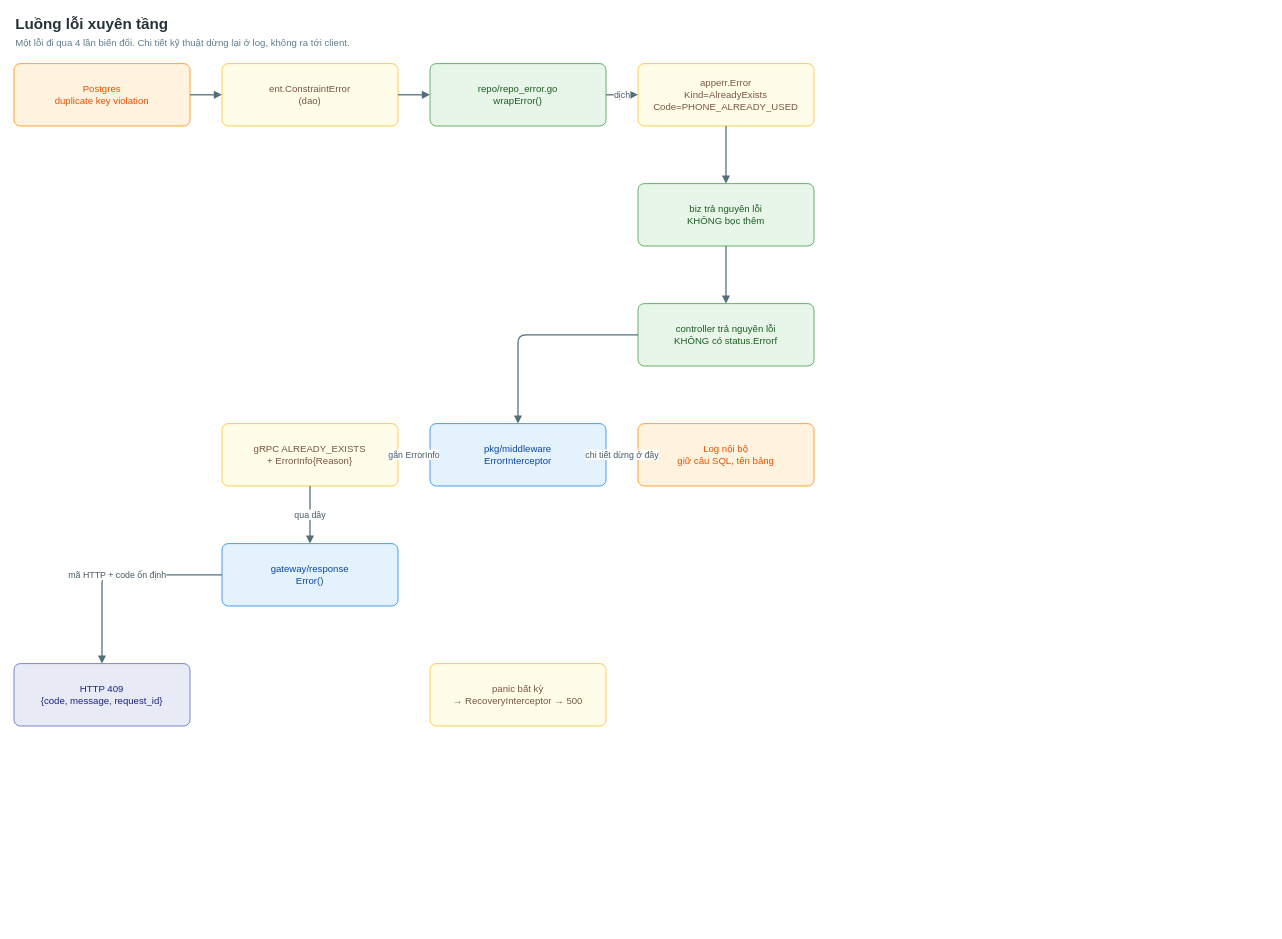
This is docs/diagrams/error-handling-flow.drawio from TranSenpai/logistic, a draw.io file, before an edit. Source tidied: cells renumbered, new cells numbered last; positions are measured from the earlier drawing's top-left corner, leaving out a move shared by most shapes. Both pictures are drawn from the tidied source at 80%, with x=0, y=0 at pixel (14, 14).
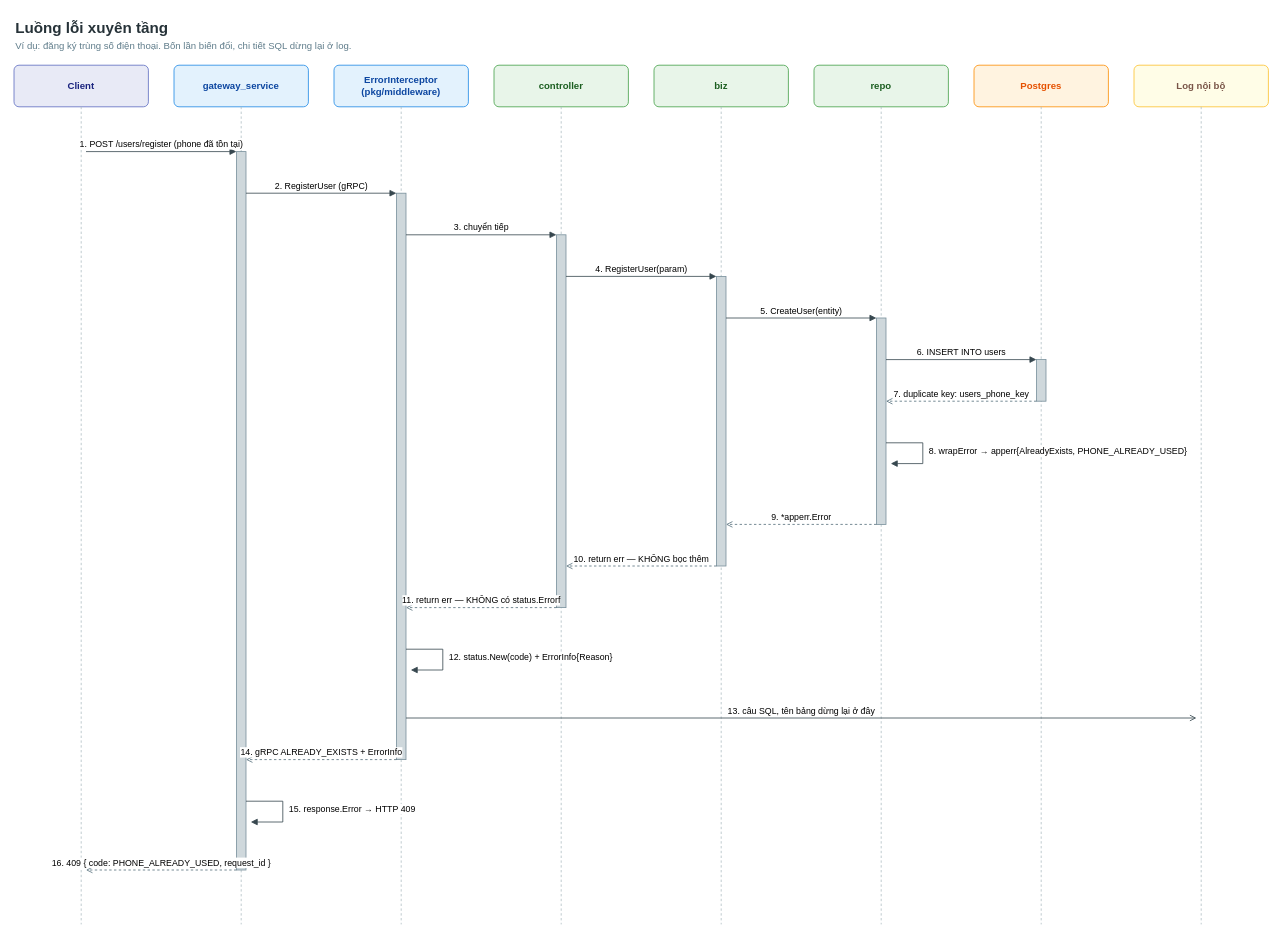
After the change.

Diff of the diagram source:
```diff
@@
-    <mxCell id="2" value="Luồng lỗi xuyên tầng" style="text;html=1;fontSize=19;fontStyle=1;fontColor=#263238;verticalAlign=middle;" parent="1" vertex="1">
-      <mxGeometry width="1000" height="26" as="geometry" />
+    <mxCell id="2" value="Luồng lỗi xuyên tầng" style="text;html=1;fontSize=19;fontStyle=1;fontColor=#263238;" parent="1" vertex="1">
+      <mxGeometry width="1568" height="26" as="geometry" />
     </mxCell>
-    <mxCell id="3" value="Một lỗi đi qua 4 lần biến đổi. Chi tiết kỹ thuật dừng lại ở log, không ra tới client." style="text;html=1;fontSize=12;fontColor=#607D8B;verticalAlign=middle;" parent="1" vertex="1">
-      <mxGeometry y="26" width="1000" height="20" as="geometry" />
+    <mxCell id="3" value="Ví dụ: đăng ký trùng số điện thoại. Bốn lần biến đổi, chi tiết SQL dừng lại ở log." style="text;html=1;fontSize=12;fontColor=#607D8B;" parent="1" vertex="1">
+      <mxGeometry y="26" width="1568" height="20" as="geometry" />
     </mxCell>
-    <mxCell id="4" value="Postgres&#10;duplicate key violation" style="rounded=1;arcSize=10;whiteSpace=wrap;html=1;fillColor=#FFF3E0;strokeColor=#FB8C00;fontColor=#E65100;fontSize=12;align=center;verticalAlign=middle;" parent="1" vertex="1">
-      <mxGeometry y="62" width="220" height="78" as="geometry" />
-    </mxCell>
-    <mxCell id="5" value="ent.ConstraintError&#10;(dao)" style="rounded=1;arcSize=10;whiteSpace=wrap;html=1;fillColor=#FFFDE7;strokeColor=#FBC02D;fontColor=#795548;fontSize=12;align=center;verticalAlign=middle;" parent="1" vertex="1">
-      <mxGeometry x="260" y="62" width="220" height="78" as="geometry" />
-    </mxCell>
-    <mxCell id="6" value="repo/repo_error.go&#10;wrapError()" style="rounded=1;arcSize=10;whiteSpace=wrap;html=1;fillColor=#E8F5E9;strokeColor=#43A047;fontColor=#1B5E20;fontSize=12;align=center;verticalAlign=middle;" parent="1" vertex="1">
-      <mxGeometry x="520" y="62" width="220" height="78" as="geometry" />
-    </mxCell>
-    <mxCell id="7" value="apperr.Error&#10;Kind=AlreadyExists&#10;Code=PHONE_ALREADY_USED" style="rounded=1;arcSize=10;whiteSpace=wrap;html=1;fillColor=#FFFDE7;strokeColor=#FBC02D;fontColor=#795548;fontSize=12;align=center;verticalAlign=middle;" parent="1" vertex="1">
-      <mxGeometry x="780" y="62" width="220" height="78" as="geometry" />
-    </mxCell>
-    <mxCell id="8" value="biz trả nguyên lỗi&#10;KHÔNG bọc thêm" style="rounded=1;arcSize=10;whiteSpace=wrap;html=1;fillColor=#E8F5E9;strokeColor=#43A047;fontColor=#1B5E20;fontSize=12;align=center;verticalAlign=middle;" parent="1" vertex="1">
-      <mxGeometry x="780" y="212" width="220" height="78" as="geometry" />
-    </mxCell>
-    <mxCell id="9" value="controller trả nguyên lỗi&#10;KHÔNG có status.Errorf" style="rounded=1;arcSize=10;whiteSpace=wrap;html=1;fillColor=#E8F5E9;strokeColor=#43A047;fontColor=#1B5E20;fontSize=12;align=center;verticalAlign=middle;" parent="1" vertex="1">
-      <mxGeometry x="780" y="362" width="220" height="78" as="geometry" />
-    </mxCell>
-    <mxCell id="10" value="pkg/middleware&#10;ErrorInterceptor" style="rounded=1;arcSize=10;whiteSpace=wrap;html=1;fillColor=#E3F2FD;strokeColor=#1E88E5;fontColor=#0D47A1;fontSize=12;align=center;verticalAlign=middle;" parent="1" vertex="1">
-      <mxGeometry x="520" y="512" width="220" height="78" as="geometry" />
-    </mxCell>
-    <mxCell id="11" value="gRPC ALREADY_EXISTS&#10;+ ErrorInfo{Reason}" style="rounded=1;arcSize=10;whiteSpace=wrap;html=1;fillColor=#FFFDE7;strokeColor=#FBC02D;fontColor=#795548;fontSize=12;align=center;verticalAlign=middle;" parent="1" vertex="1">
-      <mxGeometry x="260" y="512" width="220" height="78" as="geometry" />
-    </mxCell>
-    <mxCell id="12" value="Log nội bộ&#10;giữ câu SQL, tên bảng" style="rounded=1;arcSize=10;whiteSpace=wrap;html=1;fillColor=#FFF3E0;strokeColor=#FB8C00;fontColor=#E65100;fontSize=12;align=center;verticalAlign=middle;" parent="1" vertex="1">
-      <mxGeometry x="780" y="512" width="220" height="78" as="geometry" />
-    </mxCell>
-    <mxCell id="13" value="gateway/response&#10;Error()" style="rounded=1;arcSize=10;whiteSpace=wrap;html=1;fillColor=#E3F2FD;strokeColor=#1E88E5;fontColor=#0D47A1;fontSize=12;align=center;verticalAlign=middle;" parent="1" vertex="1">
-      <mxGeometry x="260" y="662" width="220" height="78" as="geometry" />
-    </mxCell>
-    <mxCell id="14" value="HTTP 409&#10;{code, message, request_id}" style="rounded=1;arcSize=10;whiteSpace=wrap;html=1;fillColor=#E8EAF6;strokeColor=#5C6BC0;fontColor=#1A237E;fontSize=12;align=center;verticalAlign=middle;" parent="1" vertex="1">
-      <mxGeometry y="812" width="220" height="78" as="geometry" />
-    </mxCell>
-    <mxCell id="15" value="panic bất kỳ&#10;→ RecoveryInterceptor → 500" style="rounded=1;arcSize=10;whiteSpace=wrap;html=1;fillColor=#FFFDE7;strokeColor=#FBC02D;fontColor=#795548;fontSize=12;align=center;verticalAlign=middle;" parent="1" vertex="1">
-      <mxGeometry x="520" y="812" width="220" height="78" as="geometry" />
-    </mxCell>
-    <mxCell id="16" style="edgeStyle=orthogonalEdgeStyle;rounded=1;html=1;strokeColor=#546E7A;strokeWidth=1.6;dashed=0;fontSize=11;fontColor=#455A64;endArrow=block;endFill=1;" parent="1" edge="1" source="4" target="5">
-      <mxGeometry relative="1" as="geometry" />
-    </mxCell>
-    <mxCell id="17" style="edgeStyle=orthogonalEdgeStyle;rounded=1;html=1;strokeColor=#546E7A;strokeWidth=1.6;dashed=0;fontSize=11;fontColor=#455A64;endArrow=block;endFill=1;" parent="1" edge="1" source="5" target="6">
-      <mxGeometry relative="1" as="geometry" />
-    </mxCell>
-    <mxCell id="18" value="dịch" style="edgeStyle=orthogonalEdgeStyle;rounded=1;html=1;strokeColor=#546E7A;strokeWidth=1.6;dashed=0;fontSize=11;fontColor=#455A64;endArrow=block;endFill=1;" parent="1" edge="1" source="6" target="7">
-      <mxGeometry relative="1" as="geometry" />
-    </mxCell>
-    <mxCell id="19" style="edgeStyle=orthogonalEdgeStyle;rounded=1;html=1;strokeColor=#546E7A;strokeWidth=1.6;dashed=0;fontSize=11;fontColor=#455A64;endArrow=block;endFill=1;" parent="1" edge="1" source="7" target="8">
-      <mxGeometry relative="1" as="geometry" />
-    </mxCell>
-    <mxCell id="20" style="edgeStyle=orthogonalEdgeStyle;rounded=1;html=1;strokeColor=#546E7A;strokeWidth=1.6;dashed=0;fontSize=11;fontColor=#455A64;endArrow=block;endFill=1;" parent="1" edge="1" source="8" target="9">
-      <mxGeometry relative="1" as="geometry" />
-    </mxCell>
-    <mxCell id="21" style="edgeStyle=orthogonalEdgeStyle;rounded=1;html=1;strokeColor=#546E7A;strokeWidth=1.6;dashed=0;fontSize=11;fontColor=#455A64;endArrow=block;endFill=1;" parent="1" edge="1" source="9" target="10">
-      <mxGeometry relative="1" as="geometry" />
-    </mxCell>
-    <mxCell id="22" value="gắn ErrorInfo" style="edgeStyle=orthogonalEdgeStyle;rounded=1;html=1;strokeColor=#546E7A;strokeWidth=1.6;dashed=0;fontSize=11;fontColor=#455A64;endArrow=block;endFill=1;" parent="1" edge="1" source="10" target="11">
-      <mxGeometry relative="1" as="geometry" />
-    </mxCell>
-    <mxCell id="23" value="chi tiết dừng ở đây" style="edgeStyle=orthogonalEdgeStyle;rounded=1;html=1;strokeColor=#546E7A;strokeWidth=1.6;dashed=1;fontSize=11;fontColor=#455A64;endArrow=block;endFill=1;" parent="1" edge="1" source="10" target="12">
-      <mxGeometry relative="1" as="geometry" />
-    </mxCell>
-    <mxCell id="24" value="qua dây" style="edgeStyle=orthogonalEdgeStyle;rounded=1;html=1;strokeColor=#546E7A;strokeWidth=1.6;dashed=0;fontSize=11;fontColor=#455A64;endArrow=block;endFill=1;" parent="1" edge="1" source="11" target="13">
-      <mxGeometry relative="1" as="geometry" />
-    </mxCell>
-    <mxCell id="25" value="mã HTTP + code ổn định" style="edgeStyle=orthogonalEdgeStyle;rounded=1;html=1;strokeColor=#546E7A;strokeWidth=1.6;dashed=0;fontSize=11;fontColor=#455A64;endArrow=block;endFill=1;" parent="1" edge="1" source="13" target="14">
-      <mxGeometry relative="1" as="geometry" />
-    </mxCell>
+    <mxCell id="26" value="Client" style="rounded=1;arcSize=12;whiteSpace=wrap;html=1;fillColor=#E8EAF6;strokeColor=#5C6BC0;fontColor=#1A237E;fontSize=12;fontStyle=1;" parent="1" vertex="1">
+      <mxGeometry y="64" width="168" height="52" as="geometry" />
+    </mxCell>
+    <mxCell id="27" style="endArrow=none;html=1;dashed=1;strokeColor=#B0BEC5;" parent="1" edge="1">
+      <mxGeometry relative="1" as="geometry">
+        <mxPoint x="84" y="116" as="sourcePoint" />
+        <mxPoint x="84" y="1138" as="targetPoint" />
+      </mxGeometry>
+    </mxCell>
+    <mxCell id="28" value="gateway_service" style="rounded=1;arcSize=12;whiteSpace=wrap;html=1;fillColor=#E3F2FD;strokeColor=#1E88E5;fontColor=#0D47A1;fontSize=12;fontStyle=1;" parent="1" vertex="1">
+      <mxGeometry x="200" y="64" width="168" height="52" as="geometry" />
+    </mxCell>
+    <mxCell id="29" style="endArrow=none;html=1;dashed=1;strokeColor=#B0BEC5;" parent="1" edge="1">
+      <mxGeometry relative="1" as="geometry">
+        <mxPoint x="284" y="116" as="sourcePoint" />
+        <mxPoint x="284" y="1138" as="targetPoint" />
+      </mxGeometry>
+    </mxCell>
+    <mxCell id="30" value="ErrorInterceptor&#10;(pkg/middleware)" style="rounded=1;arcSize=12;whiteSpace=wrap;html=1;fillColor=#E3F2FD;strokeColor=#1E88E5;fontColor=#0D47A1;fontSize=12;fontStyle=1;" parent="1" vertex="1">
+      <mxGeometry x="400" y="64" width="168" height="52" as="geometry" />
+    </mxCell>
+    <mxCell id="31" style="endArrow=none;html=1;dashed=1;strokeColor=#B0BEC5;" parent="1" edge="1">
+      <mxGeometry relative="1" as="geometry">
+        <mxPoint x="484" y="116" as="sourcePoint" />
+        <mxPoint x="484" y="1138" as="targetPoint" />
+      </mxGeometry>
+    </mxCell>
+    <mxCell id="32" value="controller" style="rounded=1;arcSize=12;whiteSpace=wrap;html=1;fillColor=#E8F5E9;strokeColor=#43A047;fontColor=#1B5E20;fontSize=12;fontStyle=1;" parent="1" vertex="1">
+      <mxGeometry x="600" y="64" width="168" height="52" as="geometry" />
+    </mxCell>
+    <mxCell id="33" style="endArrow=none;html=1;dashed=1;strokeColor=#B0BEC5;" parent="1" edge="1">
+      <mxGeometry relative="1" as="geometry">
+        <mxPoint x="684" y="116" as="sourcePoint" />
+        <mxPoint x="684" y="1138" as="targetPoint" />
+      </mxGeometry>
+    </mxCell>
+    <mxCell id="34" value="biz" style="rounded=1;arcSize=12;whiteSpace=wrap;html=1;fillColor=#E8F5E9;strokeColor=#43A047;fontColor=#1B5E20;fontSize=12;fontStyle=1;" parent="1" vertex="1">
+      <mxGeometry x="800" y="64" width="168" height="52" as="geometry" />
+    </mxCell>
+    <mxCell id="35" style="endArrow=none;html=1;dashed=1;strokeColor=#B0BEC5;" parent="1" edge="1">
+      <mxGeometry relative="1" as="geometry">
+        <mxPoint x="884" y="116" as="sourcePoint" />
+        <mxPoint x="884" y="1138" as="targetPoint" />
+      </mxGeometry>
+    </mxCell>
+    <mxCell id="36" value="repo" style="rounded=1;arcSize=12;whiteSpace=wrap;html=1;fillColor=#E8F5E9;strokeColor=#43A047;fontColor=#1B5E20;fontSize=12;fontStyle=1;" parent="1" vertex="1">
+      <mxGeometry x="1000" y="64" width="168" height="52" as="geometry" />
+    </mxCell>
+    <mxCell id="37" style="endArrow=none;html=1;dashed=1;strokeColor=#B0BEC5;" parent="1" edge="1">
+      <mxGeometry relative="1" as="geometry">
+        <mxPoint x="1084" y="116" as="sourcePoint" />
+        <mxPoint x="1084" y="1138" as="targetPoint" />
+      </mxGeometry>
+    </mxCell>
+    <mxCell id="38" value="Postgres" style="rounded=1;arcSize=12;whiteSpace=wrap;html=1;fillColor=#FFF3E0;strokeColor=#FB8C00;fontColor=#E65100;fontSize=12;fontStyle=1;" parent="1" vertex="1">
+      <mxGeometry x="1200" y="64" width="168" height="52" as="geometry" />
+    </mxCell>
+    <mxCell id="39" style="endArrow=none;html=1;dashed=1;strokeColor=#B0BEC5;" parent="1" edge="1">
+      <mxGeometry relative="1" as="geometry">
+        <mxPoint x="1284" y="116" as="sourcePoint" />
+        <mxPoint x="1284" y="1138" as="targetPoint" />
+      </mxGeometry>
+    </mxCell>
+    <mxCell id="40" value="Log nội bộ" style="rounded=1;arcSize=12;whiteSpace=wrap;html=1;fillColor=#FFFDE7;strokeColor=#FBC02D;fontColor=#795548;fontSize=12;fontStyle=1;" parent="1" vertex="1">
+      <mxGeometry x="1400" y="64" width="168" height="52" as="geometry" />
+    </mxCell>
+    <mxCell id="41" style="endArrow=none;html=1;dashed=1;strokeColor=#B0BEC5;" parent="1" edge="1">
+      <mxGeometry relative="1" as="geometry">
+        <mxPoint x="1484" y="116" as="sourcePoint" />
+        <mxPoint x="1484" y="1138" as="targetPoint" />
+      </mxGeometry>
+    </mxCell>
+    <mxCell id="42" style="rounded=0;html=1;fillColor=#CFD8DC;strokeColor=#78909C;" parent="1" vertex="1">
+      <mxGeometry x="1278" y="432" width="12" height="52" as="geometry" />
+    </mxCell>
+    <mxCell id="43" style="rounded=0;html=1;fillColor=#CFD8DC;strokeColor=#78909C;" parent="1" vertex="1">
+      <mxGeometry x="1078" y="380" width="12" height="258" as="geometry" />
+    </mxCell>
+    <mxCell id="44" style="rounded=0;html=1;fillColor=#CFD8DC;strokeColor=#78909C;" parent="1" vertex="1">
+      <mxGeometry x="878" y="328" width="12" height="362" as="geometry" />
+    </mxCell>
+    <mxCell id="45" style="rounded=0;html=1;fillColor=#CFD8DC;strokeColor=#78909C;" parent="1" vertex="1">
+      <mxGeometry x="678" y="276" width="12" height="466" as="geometry" />
+    </mxCell>
+    <mxCell id="46" style="rounded=0;html=1;fillColor=#CFD8DC;strokeColor=#78909C;" parent="1" vertex="1">
+      <mxGeometry x="478" y="224" width="12" height="708" as="geometry" />
+    </mxCell>
+    <mxCell id="47" style="rounded=0;html=1;fillColor=#CFD8DC;strokeColor=#78909C;" parent="1" vertex="1">
+      <mxGeometry x="278" y="172" width="12" height="898" as="geometry" />
+    </mxCell>
+    <mxCell id="48" value="1. POST /users/register (phone đã tồn tại)" style="html=1;rounded=0;endArrow=block;endFill=1;strokeColor=#37474F;fontSize=11;verticalAlign=bottom;" parent="1" edge="1">
+      <mxGeometry relative="1" as="geometry">
+        <mxPoint x="90" y="172" as="sourcePoint" />
+        <mxPoint x="278" y="172" as="targetPoint" />
+      </mxGeometry>
+    </mxCell>
+    <mxCell id="49" value="2. RegisterUser (gRPC)" style="html=1;rounded=0;endArrow=block;endFill=1;strokeColor=#37474F;fontSize=11;verticalAlign=bottom;" parent="1" edge="1">
+      <mxGeometry relative="1" as="geometry">
+        <mxPoint x="290" y="224" as="sourcePoint" />
+        <mxPoint x="478" y="224" as="targetPoint" />
+      </mxGeometry>
+    </mxCell>
+    <mxCell id="50" value="3. chuyển tiếp" style="html=1;rounded=0;endArrow=block;endFill=1;strokeColor=#37474F;fontSize=11;verticalAlign=bottom;" parent="1" edge="1">
+      <mxGeometry relative="1" as="geometry">
+        <mxPoint x="490" y="276" as="sourcePoint" />
+        <mxPoint x="678" y="276" as="targetPoint" />
+      </mxGeometry>
+    </mxCell>
+    <mxCell id="51" value="4. RegisterUser(param)" style="html=1;rounded=0;endArrow=block;endFill=1;strokeColor=#37474F;fontSize=11;verticalAlign=bottom;" parent="1" edge="1">
+      <mxGeometry relative="1" as="geometry">
+        <mxPoint x="690" y="328" as="sourcePoint" />
+        <mxPoint x="878" y="328" as="targetPoint" />
+      </mxGeometry>
+    </mxCell>
+    <mxCell id="52" value="5. CreateUser(entity)" style="html=1;rounded=0;endArrow=block;endFill=1;strokeColor=#37474F;fontSize=11;verticalAlign=bottom;" parent="1" edge="1">
+      <mxGeometry relative="1" as="geometry">
+        <mxPoint x="890" y="380" as="sourcePoint" />
+        <mxPoint x="1078" y="380" as="targetPoint" />
+      </mxGeometry>
+    </mxCell>
+    <mxCell id="53" value="6. INSERT INTO users" style="html=1;rounded=0;endArrow=block;endFill=1;strokeColor=#37474F;fontSize=11;verticalAlign=bottom;" parent="1" edge="1">
+      <mxGeometry relative="1" as="geometry">
+        <mxPoint x="1090" y="432" as="sourcePoint" />
+        <mxPoint x="1278" y="432" as="targetPoint" />
+      </mxGeometry>
+    </mxCell>
+    <mxCell id="54" value="7. duplicate key: users_phone_key" style="html=1;rounded=0;endArrow=open;endFill=0;dashed=1;strokeColor=#546E7A;fontSize=11;verticalAlign=bottom;" parent="1" edge="1">
+      <mxGeometry relative="1" as="geometry">
+        <mxPoint x="1278" y="484" as="sourcePoint" />
+        <mxPoint x="1090" y="484" as="targetPoint" />
+      </mxGeometry>
+    </mxCell>
+    <mxCell id="55" value="8. wrapError → apperr{AlreadyExists, PHONE_ALREADY_USED}" style="edgeStyle=orthogonalEdgeStyle;html=1;rounded=0;endArrow=block;endFill=1;strokeColor=#37474F;fontSize=11;align=left;verticalAlign=middle;labelPosition=right;spacingLeft=6;" parent="1" edge="1">
+      <mxGeometry relative="1" as="geometry">
+        <mxPoint x="1090" y="536" as="sourcePoint" />
+        <mxPoint x="1096" y="562" as="targetPoint" />
+        <Array as="points">
+          <mxPoint x="1136" y="536" />
+          <mxPoint x="1136" y="562" />
+        </Array>
+      </mxGeometry>
+    </mxCell>
+    <mxCell id="56" value="9. *apperr.Error" style="html=1;rounded=0;endArrow=open;endFill=0;dashed=1;strokeColor=#546E7A;fontSize=11;verticalAlign=bottom;" parent="1" edge="1">
+      <mxGeometry relative="1" as="geometry">
+        <mxPoint x="1078" y="638" as="sourcePoint" />
+        <mxPoint x="890" y="638" as="targetPoint" />
+      </mxGeometry>
+    </mxCell>
+    <mxCell id="57" value="10. return err — KHÔNG bọc thêm" style="html=1;rounded=0;endArrow=open;endFill=0;dashed=1;strokeColor=#546E7A;fontSize=11;verticalAlign=bottom;" parent="1" edge="1">
+      <mxGeometry relative="1" as="geometry">
+        <mxPoint x="878" y="690" as="sourcePoint" />
+        <mxPoint x="690" y="690" as="targetPoint" />
+      </mxGeometry>
+    </mxCell>
+    <mxCell id="58" value="11. return err — KHÔNG có status.Errorf" style="html=1;rounded=0;endArrow=open;endFill=0;dashed=1;strokeColor=#546E7A;fontSize=11;verticalAlign=bottom;" parent="1" edge="1">
+      <mxGeometry relative="1" as="geometry">
+        <mxPoint x="678" y="742" as="sourcePoint" />
+        <mxPoint x="490" y="742" as="targetPoint" />
+      </mxGeometry>
+    </mxCell>
+    <mxCell id="59" value="12. status.New(code) + ErrorInfo{Reason}" style="edgeStyle=orthogonalEdgeStyle;html=1;rounded=0;endArrow=block;endFill=1;strokeColor=#37474F;fontSize=11;align=left;verticalAlign=middle;labelPosition=right;spacingLeft=6;" parent="1" edge="1">
+      <mxGeometry relative="1" as="geometry">
+        <mxPoint x="490" y="794" as="sourcePoint" />
+        <mxPoint x="496" y="820" as="targetPoint" />
+        <Array as="points">
+          <mxPoint x="536" y="794" />
+          <mxPoint x="536" y="820" />
+        </Array>
+      </mxGeometry>
+    </mxCell>
+    <mxCell id="60" value="13. câu SQL, tên bảng dừng lại ở đây" style="html=1;rounded=0;endArrow=open;endFill=0;strokeColor=#37474F;fontSize=11;verticalAlign=bottom;" parent="1" edge="1">
+      <mxGeometry relative="1" as="geometry">
+        <mxPoint x="490" y="880" as="sourcePoint" />
+        <mxPoint x="1478" y="880" as="targetPoint" />
+      </mxGeometry>
+    </mxCell>
+    <mxCell id="61" value="14. gRPC ALREADY_EXISTS + ErrorInfo" style="html=1;rounded=0;endArrow=open;endFill=0;dashed=1;strokeColor=#546E7A;fontSize=11;verticalAlign=bottom;" parent="1" edge="1">
+      <mxGeometry relative="1" as="geometry">
+        <mxPoint x="478" y="932" as="sourcePoint" />
+        <mxPoint x="290" y="932" as="targetPoint" />
+      </mxGeometry>
+    </mxCell>
+    <mxCell id="62" value="15. response.Error → HTTP 409" style="edgeStyle=orthogonalEdgeStyle;html=1;rounded=0;endArrow=block;endFill=1;strokeColor=#37474F;fontSize=11;align=left;verticalAlign=middle;labelPosition=right;spacingLeft=6;" parent="1" edge="1">
+      <mxGeometry relative="1" as="geometry">
+        <mxPoint x="290" y="984" as="sourcePoint" />
+        <mxPoint x="296" y="1010" as="targetPoint" />
+        <Array as="points">
+          <mxPoint x="336" y="984" />
+          <mxPoint x="336" y="1010" />
+        </Array>
+      </mxGeometry>
+    </mxCell>
+    <mxCell id="63" value="16. 409 { code: PHONE_ALREADY_USED, request_id }" style="html=1;rounded=0;endArrow=open;endFill=0;dashed=1;strokeColor=#546E7A;fontSize=11;verticalAlign=bottom;" parent="1" edge="1">
+      <mxGeometry relative="1" as="geometry">
+        <mxPoint x="278" y="1070" as="sourcePoint" />
+        <mxPoint x="90" y="1070" as="targetPoint" />
+      </mxGeometry>
+    </mxCell>
```
